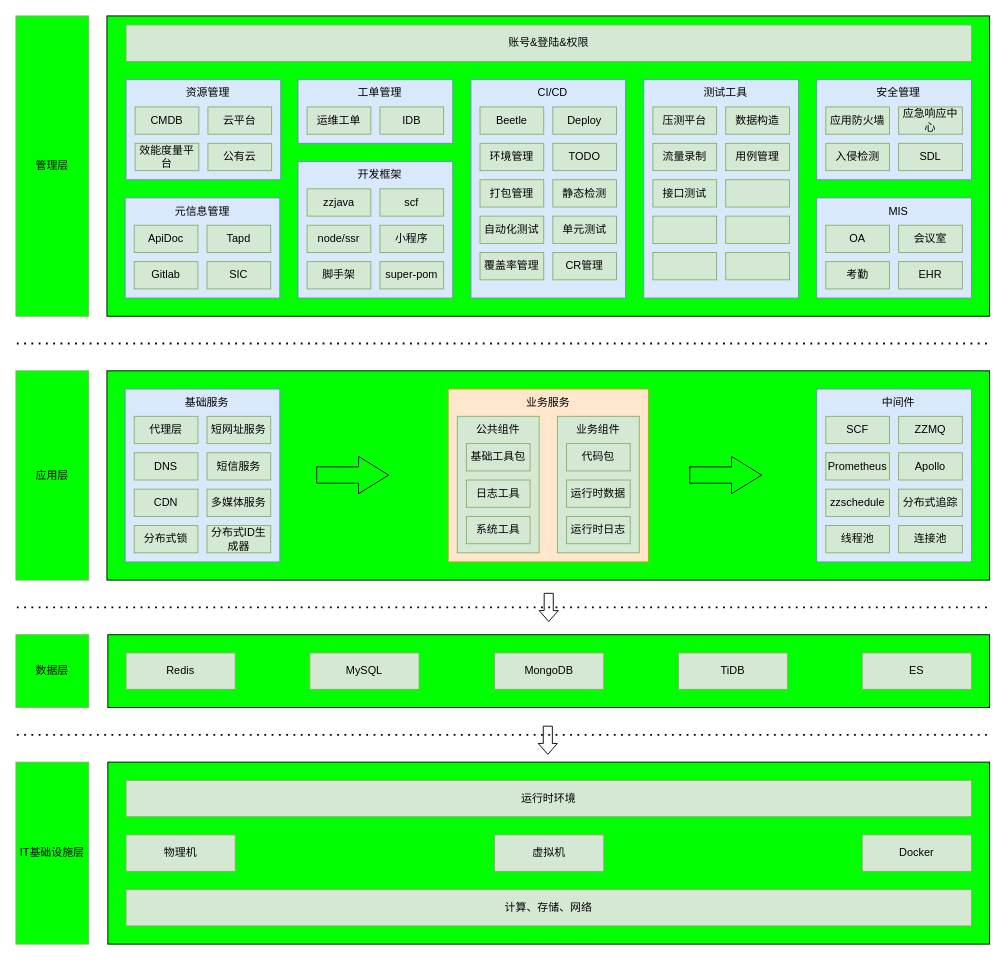
zhuanzhuan-tech/arch-draw-io keeps this draw.io diagram as tc/技术基础体系架构.drawio. Above is the earlier version. Source tidied: cells renumbered, new cells numbered last; positions are measured from the earlier drawing's top-left corner, leaving out a move shared by most shapes. Both pictures are drawn from the tidied source at 91%, with x=0, y=0 at pixel (15, 15).
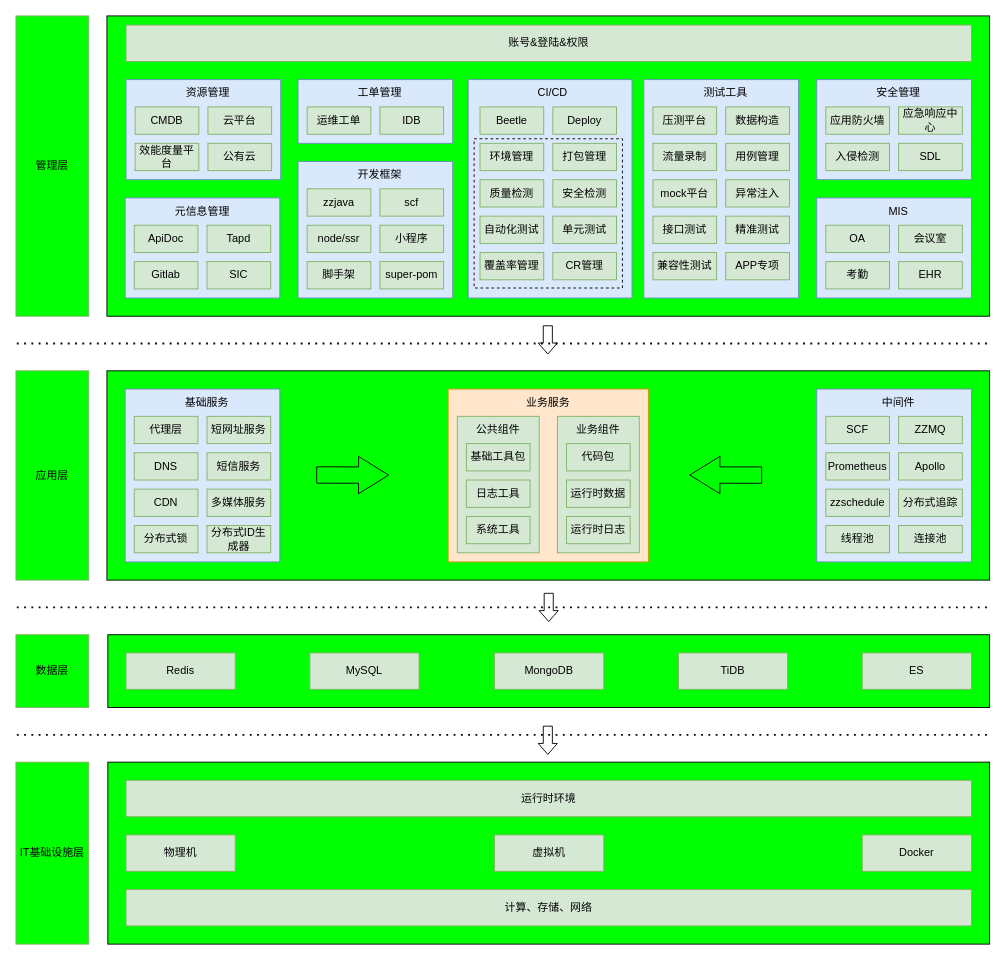
The same diagram, later.

Commit message:
更新技术基础体系架构.drawio

Diff of the diagram source:
```diff
@@
-    <mxCell id="18" style="endArrow=none;dashed=1;html=1;dashPattern=1 3;strokeWidth=2;rounded=0;" parent="1" edge="1">
-      <mxGeometry relative="1" as="geometry">
-        <mxPoint x="1" y="360" as="sourcePoint" />
-        <mxPoint x="1070" y="360" as="targetPoint" />
-      </mxGeometry>
-    </mxCell>
@@
     <mxCell id="27" value="&lt;div style=&quot;&quot;&gt;&lt;br&gt;&lt;/div&gt;" style="rounded=0;whiteSpace=wrap;html=1;fillColor=#dae8fc;strokeColor=#6c8ebf;align=center;" parent="1" vertex="1">
-      <mxGeometry x="500" y="70" width="170" height="240" as="geometry" />
+      <mxGeometry x="497" y="70" width="180" height="240" as="geometry" />
     </mxCell>
-    <mxCell id="28" value="打包管理" style="rounded=0;whiteSpace=wrap;html=1;fillColor=#d5e8d4;strokeColor=#82b366;" parent="1" vertex="1">
+    <mxCell id="28" value="质量检测" style="rounded=0;whiteSpace=wrap;html=1;fillColor=#d5e8d4;strokeColor=#82b366;" parent="1" vertex="1">
       <mxGeometry x="510" y="180" width="70" height="30" as="geometry" />
     </mxCell>
@@
-    <mxCell id="33" value="静态检测" style="rounded=0;whiteSpace=wrap;html=1;fillColor=#d5e8d4;strokeColor=#82b366;" parent="1" vertex="1">
+    <mxCell id="33" value="安全检测" style="rounded=0;whiteSpace=wrap;html=1;fillColor=#d5e8d4;strokeColor=#82b366;" parent="1" vertex="1">
       <mxGeometry x="590" y="180" width="70" height="30" as="geometry" />
     </mxCell>
-    <mxCell id="34" value="TODO" style="rounded=0;whiteSpace=wrap;html=1;fillColor=#d5e8d4;strokeColor=#82b366;" parent="1" vertex="1">
-      <mxGeometry x="590" y="140" width="70" height="30" as="geometry" />
-    </mxCell>
@@
-    <mxCell id="71" value="接口测试" style="rounded=0;whiteSpace=wrap;html=1;fillColor=#d5e8d4;strokeColor=#82b366;" parent="1" vertex="1">
+    <mxCell id="71" value="mock平台" style="rounded=0;whiteSpace=wrap;html=1;fillColor=#d5e8d4;strokeColor=#82b366;" parent="1" vertex="1">
       <mxGeometry x="700" y="180" width="70" height="30" as="geometry" />
     </mxCell>
@@
-    <mxCell id="75" style="rounded=0;whiteSpace=wrap;html=1;fillColor=#d5e8d4;strokeColor=#82b366;" parent="1" vertex="1">
+    <mxCell id="75" value="接口测试" style="rounded=0;whiteSpace=wrap;html=1;fillColor=#d5e8d4;strokeColor=#82b366;" parent="1" vertex="1">
       <mxGeometry x="700" y="220" width="70" height="30" as="geometry" />
     </mxCell>
-    <mxCell id="76" style="rounded=0;whiteSpace=wrap;html=1;fillColor=#d5e8d4;strokeColor=#82b366;" parent="1" vertex="1">
+    <mxCell id="76" value="异常注入" style="rounded=0;whiteSpace=wrap;html=1;fillColor=#d5e8d4;strokeColor=#82b366;" parent="1" vertex="1">
       <mxGeometry x="780" y="180" width="70" height="30" as="geometry" />
     </mxCell>
@@
-    <mxCell id="79" style="rounded=0;whiteSpace=wrap;html=1;fillColor=#d5e8d4;strokeColor=#82b366;" parent="1" vertex="1">
+    <mxCell id="79" value="精准测试" style="rounded=0;whiteSpace=wrap;html=1;fillColor=#d5e8d4;strokeColor=#82b366;" parent="1" vertex="1">
       <mxGeometry x="780" y="220" width="70" height="30" as="geometry" />
     </mxCell>
-    <mxCell id="80" style="rounded=0;whiteSpace=wrap;html=1;fillColor=#d5e8d4;strokeColor=#82b366;" parent="1" vertex="1">
+    <mxCell id="80" value="兼容性测试" style="rounded=0;whiteSpace=wrap;html=1;fillColor=#d5e8d4;strokeColor=#82b366;" parent="1" vertex="1">
       <mxGeometry x="700" y="260" width="70" height="30" as="geometry" />
     </mxCell>
-    <mxCell id="81" style="rounded=0;whiteSpace=wrap;html=1;fillColor=#d5e8d4;strokeColor=#82b366;" parent="1" vertex="1">
+    <mxCell id="81" value="APP专项" style="rounded=0;whiteSpace=wrap;html=1;fillColor=#d5e8d4;strokeColor=#82b366;" parent="1" vertex="1">
       <mxGeometry x="780" y="260" width="70" height="30" as="geometry" />
     </mxCell>
@@
+    <mxCell id="123" style="rounded=0;whiteSpace=wrap;html=1;fillColor=none;strokeColor=#000000;dashed=1;" parent="1" vertex="1">
+      <mxGeometry x="503.5" y="135" width="163" height="164" as="geometry" />
+    </mxCell>
@@
     <mxCell id="122" style="shape=flexArrow;endArrow=classic;html=1;rounded=0;entryX=0.33;entryY=0.609;entryDx=0;entryDy=0;entryPerimeter=0;endWidth=22;endSize=10.7;width=18;" parent="1" edge="1">
       <mxGeometry relative="1" as="geometry">
-        <mxPoint x="740" y="504.5" as="sourcePoint" />
-        <mxPoint x="820" y="504.6" as="targetPoint" />
+        <mxPoint x="820" y="504.6" as="sourcePoint" />
+        <mxPoint x="740" y="504.5" as="targetPoint" />
       </mxGeometry>
     </mxCell>
+    <mxCell id="124" style="endArrow=none;dashed=1;html=1;dashPattern=1 3;strokeWidth=2;rounded=0;" parent="1" edge="1">
+      <mxGeometry relative="1" as="geometry">
+        <mxPoint x="1" y="360" as="sourcePoint" />
+        <mxPoint x="1070" y="360" as="targetPoint" />
+      </mxGeometry>
+    </mxCell>
+    <mxCell id="125" value="打包管理" style="rounded=0;whiteSpace=wrap;html=1;fillColor=#d5e8d4;strokeColor=#82b366;" parent="1" vertex="1">
+      <mxGeometry x="590" y="140" width="70" height="30" as="geometry" />
+    </mxCell>
+    <mxCell id="126" style="shape=flexArrow;endArrow=classic;html=1;rounded=0;width=10;endSize=3.67;endWidth=10;" parent="1" edge="1">
+      <mxGeometry relative="1" as="geometry">
+        <mxPoint x="584.5" y="340" as="sourcePoint" />
+        <mxPoint x="584.5" y="372" as="targetPoint" />
+      </mxGeometry>
+    </mxCell>
```
